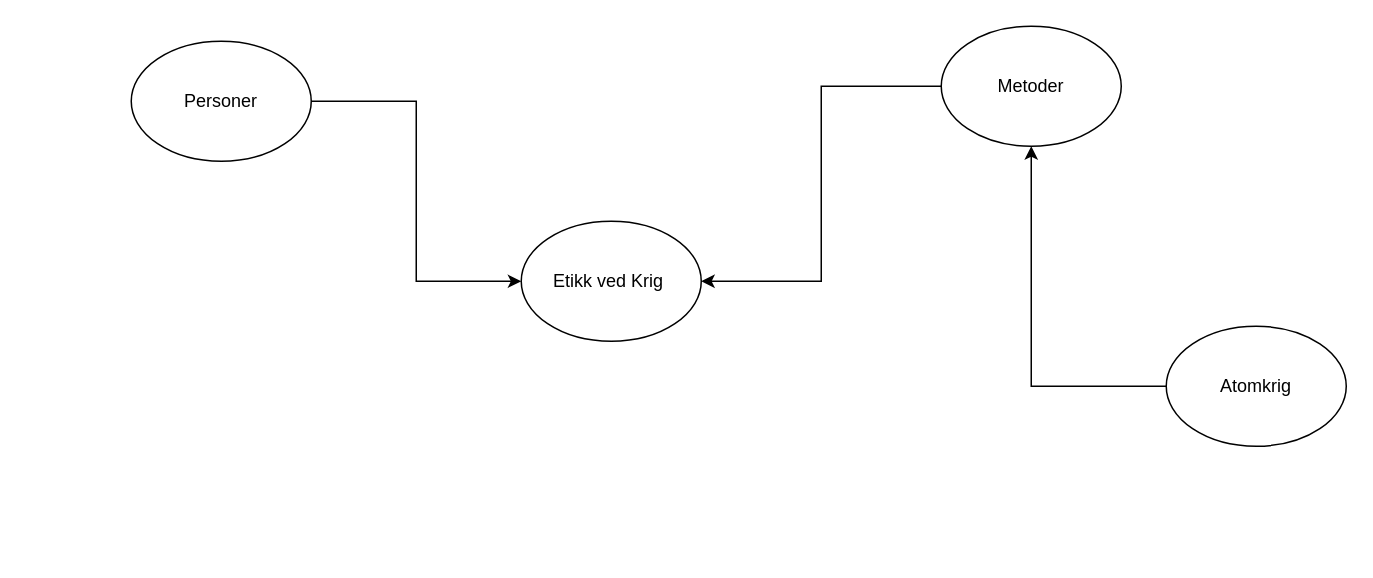
Before: essey_tankekart_og_notater.drawio in ExtremeOptimist/test_repo_1, a draw.io diagram. Source tidied: cells renumbered, new cells numbered last; positions are measured from the earlier drawing's top-left corner, leaving out a move shared by most shapes. Both pictures are drawn from the tidied source at 150%, with x=0, y=0 at pixel (130, 26).
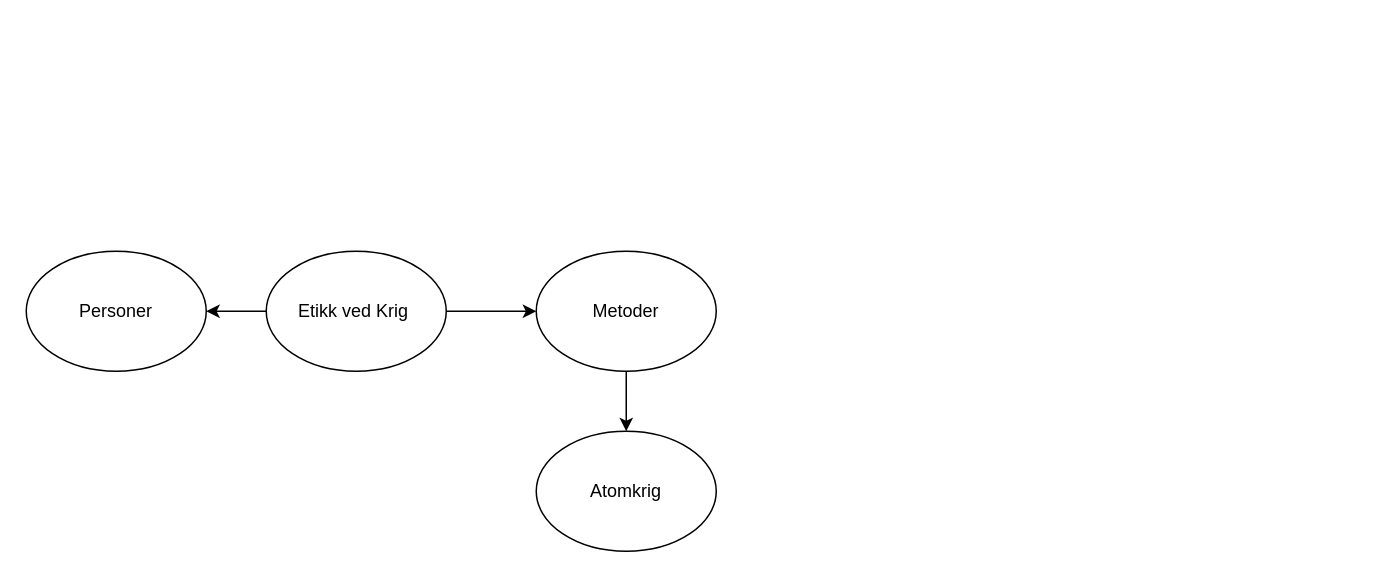
The same diagram, later.

What changed in the source:
```diff
@@
 <mxGraphModel>
   <root>
     <mxCell id="0" />
     <mxCell id="1" parent="0" />
+    <mxCell id="9" style="edgeStyle=orthogonalEdgeStyle;rounded=0;jettySize=auto;html=1;" parent="1" edge="1" source="2" target="4">
+      <mxGeometry relative="1" as="geometry" />
+    </mxCell>
+    <mxCell id="10" style="edgeStyle=orthogonalEdgeStyle;rounded=0;jettySize=auto;html=1;" parent="1" edge="1" source="2" target="6">
+      <mxGeometry relative="1" as="geometry" />
+    </mxCell>
     <mxCell id="2" value="Etikk ved Krig&amp;nbsp;" style="ellipse;whiteSpace=wrap;html=1;" parent="1" vertex="1">
-      <mxGeometry x="260" y="130" width="120" height="80" as="geometry" />
+      <mxGeometry x="90" y="150" width="120" height="80" as="geometry" />
     </mxCell>
-    <mxCell id="3" style="edgeStyle=orthogonalEdgeStyle;rounded=0;jettySize=auto;html=1;entryX=0;entryY=0.5;entryDx=0;entryDy=0;" parent="1" edge="1" source="4" target="2">
-      <mxGeometry relative="1" as="geometry" />
-    </mxCell>
     <mxCell id="4" value="Personer" style="ellipse;whiteSpace=wrap;html=1;" parent="1" vertex="1">
-      <mxGeometry y="10" width="120" height="80" as="geometry" />
+      <mxGeometry x="-70" y="150" width="120" height="80" as="geometry" />
     </mxCell>
-    <mxCell id="5" style="edgeStyle=orthogonalEdgeStyle;rounded=0;jettySize=auto;html=1;entryX=1;entryY=0.5;entryDx=0;entryDy=0;" parent="1" edge="1" source="6" target="2">
-      <mxGeometry relative="1" as="geometry" />
-    </mxCell>
+    <mxCell id="11" style="edgeStyle=orthogonalEdgeStyle;rounded=0;jettySize=auto;html=1;" parent="1" edge="1" source="6" target="8">
+      <mxGeometry relative="1" as="geometry" />
+    </mxCell>
     <mxCell id="6" value="Metoder" style="ellipse;whiteSpace=wrap;html=1;" parent="1" vertex="1">
-      <mxGeometry x="540" width="120" height="80" as="geometry" />
+      <mxGeometry x="270" y="150" width="120" height="80" as="geometry" />
     </mxCell>
-    <mxCell id="7" style="edgeStyle=orthogonalEdgeStyle;rounded=0;jettySize=auto;html=1;entryX=0.5;entryY=1;entryDx=0;entryDy=0;" parent="1" edge="1" source="8" target="6">
-      <mxGeometry relative="1" as="geometry" />
-    </mxCell>
     <mxCell id="8" value="Atomkrig" style="ellipse;whiteSpace=wrap;html=1;" parent="1" vertex="1">
-      <mxGeometry x="690" y="200" width="120" height="80" as="geometry" />
+      <mxGeometry x="270" y="270" width="120" height="80" as="geometry" />
     </mxCell>
   </root>
 </mxGraphModel>
```
